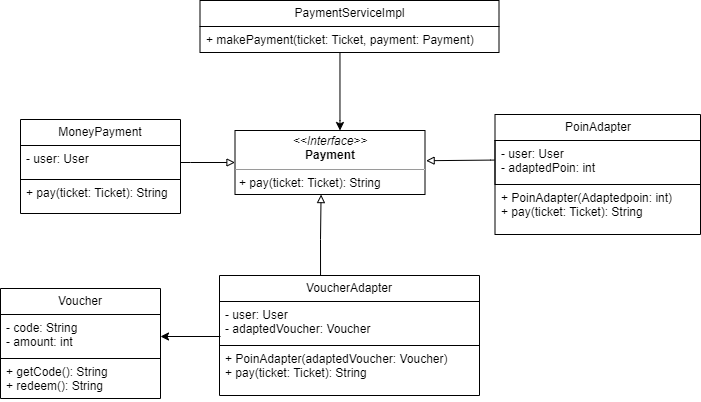
This is Payment.png.png from raniaarn/Payment-MRT-K, a draw.io export, as it was before one commit. Source tidied: cells renumbered, new cells last; positions are measured from the earlier drawing's top-left corner, leaving out a move shared by most shapes. Source of this version:
```xml
<mxGraphModel>
  <root>
    <mxCell id="0" />
    <mxCell id="1" parent="0" />
    <mxCell id="2" style="edgeStyle=orthogonalEdgeStyle;rounded=0;jettySize=auto;html=1;endArrow=block;endFill=0;" parent="1" edge="1" source="3" target="11">
      <mxGeometry relative="1" as="geometry">
        <Array as="points">
          <mxPoint x="190" y="162" />
          <mxPoint x="190" y="162" />
        </Array>
      </mxGeometry>
    </mxCell>
    <mxCell id="3" value="MoneyPayment" style="swimlane;fontStyle=0;horizontal=1;startSize=26;fillColor=none;whiteSpace=wrap;html=1;" parent="1" vertex="1">
      <mxGeometry x="20" y="119" width="160" height="94" as="geometry" />
    </mxCell>
    <mxCell id="4" value="- user: User" style="text;strokeColor=default;fillColor=none;align=left;verticalAlign=top;spacingLeft=4;spacingRight=4;overflow=hidden;whiteSpace=wrap;html=1;" parent="3" vertex="1">
      <mxGeometry y="26" width="160" height="34" as="geometry" />
    </mxCell>
    <mxCell id="5" value="+ pay(ticket: Ticket): String" style="text;strokeColor=none;fillColor=none;align=left;verticalAlign=top;spacingLeft=4;spacingRight=4;overflow=hidden;points=[[0,0.5],[1,0.5]];portConstraint=eastwest;whiteSpace=wrap;html=1;" parent="3" vertex="1">
      <mxGeometry y="60" width="160" height="34" as="geometry" />
    </mxCell>
    <mxCell id="6" style="edgeStyle=orthogonalEdgeStyle;rounded=0;jettySize=auto;html=1;endArrow=block;endFill=0;entryX=0.453;entryY=1.001;entryDx=0;entryDy=0;entryPerimeter=0;" parent="1" edge="1" target="11">
      <mxGeometry relative="1" as="geometry">
        <mxPoint x="320" y="275" as="sourcePoint" />
        <Array as="points">
          <mxPoint x="320" y="239" />
          <mxPoint x="321" y="239" />
        </Array>
      </mxGeometry>
    </mxCell>
    <mxCell id="7" style="edgeStyle=orthogonalEdgeStyle;rounded=0;orthogonalLoop=1;jettySize=auto;html=1;entryX=1;entryY=0.5;entryDx=0;entryDy=0;" parent="1" edge="1">
      <mxGeometry relative="1" as="geometry">
        <mxPoint x="220" y="336" as="sourcePoint" />
        <mxPoint x="160" y="336" as="targetPoint" />
      </mxGeometry>
    </mxCell>
    <mxCell id="8" style="edgeStyle=orthogonalEdgeStyle;rounded=0;jettySize=auto;html=1;" parent="1" edge="1" source="9">
      <mxGeometry relative="1" as="geometry">
        <mxPoint x="339.5" y="130" as="targetPoint" />
        <Array as="points">
          <mxPoint x="339.5" y="120" />
          <mxPoint x="339.5" y="120" />
        </Array>
      </mxGeometry>
    </mxCell>
    <mxCell id="9" value="PaymentServiceImpl" style="swimlane;fontStyle=0;horizontal=1;startSize=26;fillColor=none;whiteSpace=wrap;html=1;" parent="1" vertex="1">
      <mxGeometry x="199.5" width="299" height="52" as="geometry" />
    </mxCell>
    <mxCell id="10" value="+ makePayment(ticket: Ticket, payment: Payment)" style="text;strokeColor=none;fillColor=none;align=left;verticalAlign=top;spacingLeft=4;spacingRight=4;overflow=hidden;whiteSpace=wrap;html=1;" parent="9" vertex="1">
      <mxGeometry y="26" width="299" height="26" as="geometry" />
    </mxCell>
    <mxCell id="11" value="&lt;p style=&quot;margin:0px;margin-top:4px;text-align:center;&quot;&gt;&lt;i&gt;&amp;lt;&amp;lt;Interface&amp;gt;&amp;gt;&lt;/i&gt;&lt;br&gt;&lt;b&gt;Payment&lt;/b&gt;&lt;/p&gt;&lt;hr size=&quot;1&quot;&gt;&lt;p style=&quot;margin:0px;margin-left:4px;&quot;&gt;&lt;span style=&quot;background-color: initial;&quot;&gt;+ pay(ticket: Ticket): String&amp;nbsp;&lt;/span&gt;&lt;br&gt;&lt;/p&gt;" style="verticalAlign=top;align=left;overflow=fill;fontSize=12;fontFamily=Helvetica;html=1;whiteSpace=wrap;" parent="1" vertex="1">
      <mxGeometry x="234.5" y="130" width="190" height="64" as="geometry" />
    </mxCell>
    <mxCell id="12" value="PoinAdapter" style="swimlane;fontStyle=0;horizontal=1;startSize=26;fillColor=none;whiteSpace=wrap;html=1;" parent="1" vertex="1">
      <mxGeometry x="494.5" y="114" width="205.5" height="120" as="geometry" />
    </mxCell>
    <mxCell id="13" value="- user: User&lt;br&gt;- adaptedPoin: int&amp;nbsp;" style="text;strokeColor=default;fillColor=none;align=left;verticalAlign=top;spacingLeft=4;spacingRight=4;overflow=hidden;points=[[0,0.5],[1,0.5]];portConstraint=eastwest;whiteSpace=wrap;html=1;" parent="12" vertex="1">
      <mxGeometry y="26" width="205.5" height="44" as="geometry" />
    </mxCell>
    <mxCell id="14" value="+ PoinAdapter(Adaptedpoin: int)&lt;br&gt;+ pay(ticket: Ticket): String" style="text;strokeColor=none;fillColor=none;align=left;verticalAlign=top;spacingLeft=4;spacingRight=4;overflow=hidden;points=[[0,0.5],[1,0.5]];portConstraint=eastwest;whiteSpace=wrap;html=1;" parent="12" vertex="1">
      <mxGeometry y="70" width="205.5" height="50" as="geometry" />
    </mxCell>
    <mxCell id="15" style="edgeStyle=orthogonalEdgeStyle;rounded=0;jettySize=auto;html=1;endArrow=block;endFill=0;entryX=1.006;entryY=0.472;entryDx=0;entryDy=0;entryPerimeter=0;exitX=-0.003;exitY=0.445;exitDx=0;exitDy=0;exitPerimeter=0;" parent="1" edge="1" source="13" target="11">
      <mxGeometry relative="1" as="geometry">
        <Array as="points">
          <mxPoint x="490" y="160" />
        </Array>
      </mxGeometry>
    </mxCell>
    <mxCell id="16" value="VoucherAdapter" style="swimlane;fontStyle=0;horizontal=1;startSize=26;fillColor=none;whiteSpace=wrap;html=1;" parent="1" vertex="1">
      <mxGeometry x="219" y="275" width="260" height="120" as="geometry" />
    </mxCell>
    <mxCell id="17" value="- user: User&lt;br&gt;- adaptedVoucher: Voucher&amp;nbsp;" style="text;strokeColor=default;fillColor=none;align=left;verticalAlign=top;spacingLeft=4;spacingRight=4;overflow=hidden;whiteSpace=wrap;html=1;" parent="16" vertex="1">
      <mxGeometry y="26" width="260" height="44" as="geometry" />
    </mxCell>
    <mxCell id="18" value="+ PoinAdapter(adaptedVoucher: Voucher)&lt;br&gt;+ pay(ticket: Ticket): String" style="text;strokeColor=none;fillColor=none;align=left;verticalAlign=top;spacingLeft=4;spacingRight=4;overflow=hidden;whiteSpace=wrap;html=1;" parent="16" vertex="1">
      <mxGeometry y="70" width="260" height="50" as="geometry" />
    </mxCell>
    <mxCell id="19" value="Voucher" style="swimlane;fontStyle=0;horizontal=1;startSize=26;fillColor=none;whiteSpace=wrap;html=1;" parent="1" vertex="1">
      <mxGeometry y="288" width="160" height="110" as="geometry" />
    </mxCell>
    <mxCell id="20" value="- code: String&lt;br&gt;- amount: int" style="text;strokeColor=default;fillColor=none;align=left;verticalAlign=top;spacingLeft=4;spacingRight=4;overflow=hidden;whiteSpace=wrap;html=1;" parent="19" vertex="1">
      <mxGeometry y="26" width="160" height="44" as="geometry" />
    </mxCell>
    <mxCell id="21" value="+ getCode(): String&lt;br&gt;+ redeem(): String" style="text;strokeColor=none;fillColor=none;align=left;verticalAlign=top;spacingLeft=4;spacingRight=4;overflow=hidden;whiteSpace=wrap;html=1;" parent="19" vertex="1">
      <mxGeometry y="70" width="160" height="40" as="geometry" />
    </mxCell>
  </root>
</mxGraphModel>
```
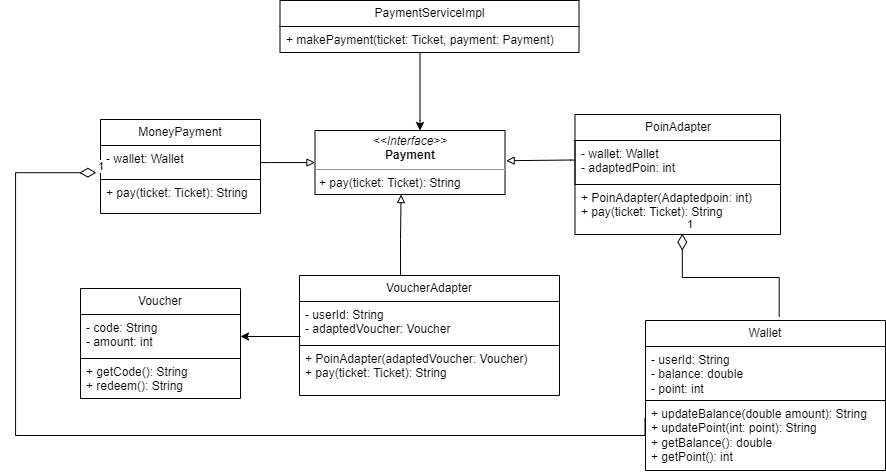
The same file after the commit.

Change to the diagram source:
```diff
@@ -13,7 +13,7 @@
     <mxCell id="3" value="MoneyPayment" style="swimlane;fontStyle=0;horizontal=1;startSize=26;fillColor=none;whiteSpace=wrap;html=1;" parent="1" vertex="1">
       <mxGeometry x="20" y="119" width="160" height="94" as="geometry" />
     </mxCell>
-    <mxCell id="4" value="- user: User" style="text;strokeColor=default;fillColor=none;align=left;verticalAlign=top;spacingLeft=4;spacingRight=4;overflow=hidden;whiteSpace=wrap;html=1;" parent="3" vertex="1">
+    <mxCell id="4" value="- wallet: Wallet" style="text;strokeColor=default;fillColor=none;align=left;verticalAlign=top;spacingLeft=4;spacingRight=4;overflow=hidden;whiteSpace=wrap;html=1;" parent="3" vertex="1">
       <mxGeometry y="26" width="160" height="34" as="geometry" />
     </mxCell>
     <mxCell id="5" value="+ pay(ticket: Ticket): String" style="text;strokeColor=none;fillColor=none;align=left;verticalAlign=top;spacingLeft=4;spacingRight=4;overflow=hidden;points=[[0,0.5],[1,0.5]];portConstraint=eastwest;whiteSpace=wrap;html=1;" parent="3" vertex="1">
@@ -55,7 +55,7 @@
     <mxCell id="12" value="PoinAdapter" style="swimlane;fontStyle=0;horizontal=1;startSize=26;fillColor=none;whiteSpace=wrap;html=1;" parent="1" vertex="1">
       <mxGeometry x="494.5" y="114" width="205.5" height="120" as="geometry" />
     </mxCell>
-    <mxCell id="13" value="- user: User&lt;br&gt;- adaptedPoin: int&amp;nbsp;" style="text;strokeColor=default;fillColor=none;align=left;verticalAlign=top;spacingLeft=4;spacingRight=4;overflow=hidden;points=[[0,0.5],[1,0.5]];portConstraint=eastwest;whiteSpace=wrap;html=1;" parent="12" vertex="1">
+    <mxCell id="13" value="- wallet: Wallet&lt;br&gt;- adaptedPoin: int&amp;nbsp;" style="text;strokeColor=default;fillColor=none;align=left;verticalAlign=top;spacingLeft=4;spacingRight=4;overflow=hidden;points=[[0,0.5],[1,0.5]];portConstraint=eastwest;whiteSpace=wrap;html=1;" parent="12" vertex="1">
       <mxGeometry y="26" width="205.5" height="44" as="geometry" />
     </mxCell>
     <mxCell id="14" value="+ PoinAdapter(Adaptedpoin: int)&lt;br&gt;+ pay(ticket: Ticket): String" style="text;strokeColor=none;fillColor=none;align=left;verticalAlign=top;spacingLeft=4;spacingRight=4;overflow=hidden;points=[[0,0.5],[1,0.5]];portConstraint=eastwest;whiteSpace=wrap;html=1;" parent="12" vertex="1">
@@ -71,7 +71,7 @@
     <mxCell id="16" value="VoucherAdapter" style="swimlane;fontStyle=0;horizontal=1;startSize=26;fillColor=none;whiteSpace=wrap;html=1;" parent="1" vertex="1">
       <mxGeometry x="219" y="275" width="260" height="120" as="geometry" />
     </mxCell>
-    <mxCell id="17" value="- user: User&lt;br&gt;- adaptedVoucher: Voucher&amp;nbsp;" style="text;strokeColor=default;fillColor=none;align=left;verticalAlign=top;spacingLeft=4;spacingRight=4;overflow=hidden;whiteSpace=wrap;html=1;" parent="16" vertex="1">
+    <mxCell id="17" value="- userId: String&lt;br&gt;- adaptedVoucher: Voucher&amp;nbsp;" style="text;strokeColor=default;fillColor=none;align=left;verticalAlign=top;spacingLeft=4;spacingRight=4;overflow=hidden;whiteSpace=wrap;html=1;" parent="16" vertex="1">
       <mxGeometry y="26" width="260" height="44" as="geometry" />
     </mxCell>
     <mxCell id="18" value="+ PoinAdapter(adaptedVoucher: Voucher)&lt;br&gt;+ pay(ticket: Ticket): String" style="text;strokeColor=none;fillColor=none;align=left;verticalAlign=top;spacingLeft=4;spacingRight=4;overflow=hidden;whiteSpace=wrap;html=1;" parent="16" vertex="1">
@@ -86,5 +86,26 @@
     <mxCell id="21" value="+ getCode(): String&lt;br&gt;+ redeem(): String" style="text;strokeColor=none;fillColor=none;align=left;verticalAlign=top;spacingLeft=4;spacingRight=4;overflow=hidden;whiteSpace=wrap;html=1;" parent="19" vertex="1">
       <mxGeometry y="70" width="160" height="40" as="geometry" />
     </mxCell>
+    <mxCell id="22" value="Wallet" style="swimlane;fontStyle=0;horizontal=1;startSize=26;fillColor=none;whiteSpace=wrap;html=1;" parent="1" vertex="1">
+      <mxGeometry x="565" y="320" width="240" height="150" as="geometry" />
+    </mxCell>
+    <mxCell id="23" value="- userId: String&lt;br&gt;- balance: double&lt;br&gt;- point: int" style="text;strokeColor=default;fillColor=none;align=left;verticalAlign=top;spacingLeft=4;spacingRight=4;overflow=hidden;whiteSpace=wrap;html=1;" parent="22" vertex="1">
+      <mxGeometry y="26" width="240" height="54" as="geometry" />
+    </mxCell>
+    <mxCell id="24" value="+ updateBalance(double amount): String&lt;br&gt;+ updatePoint(int: point): String&lt;br&gt;+ getBalance(): double&lt;br&gt;+ getPoint(): int" style="text;strokeColor=none;fillColor=none;align=left;verticalAlign=top;spacingLeft=4;spacingRight=4;overflow=hidden;points=[[0,0.5],[1,0.5]];portConstraint=eastwest;whiteSpace=wrap;html=1;" parent="22" vertex="1">
+      <mxGeometry y="80" width="240" height="70" as="geometry" />
+    </mxCell>
+    <mxCell id="25" value="1" style="endArrow=none;html=1;endSize=12;startArrow=diamondThin;startSize=14;startFill=0;edgeStyle=orthogonalEdgeStyle;align=left;verticalAlign=bottom;rounded=0;exitX=0.522;exitY=0.983;exitDx=0;exitDy=0;exitPerimeter=0;entryX=0.557;entryY=-0.025;entryDx=0;entryDy=0;entryPerimeter=0;endFill=0;" parent="1" edge="1" source="14" target="22">
+      <mxGeometry x="-1" y="3" relative="1" as="geometry" />
+    </mxCell>
+    <mxCell id="26" value="1" style="endArrow=none;html=1;endSize=12;startArrow=diamondThin;startSize=14;startFill=0;edgeStyle=orthogonalEdgeStyle;align=left;verticalAlign=bottom;rounded=0;strokeWidth=1;sourcePerimeterSpacing=5;targetPerimeterSpacing=5;entryX=-0.002;entryY=0.248;entryDx=0;entryDy=0;entryPerimeter=0;exitX=-0.026;exitY=-0.2;exitDx=0;exitDy=0;exitPerimeter=0;endFill=0;" parent="1" edge="1" source="5" target="24">
+      <mxGeometry x="-1" y="3" relative="1" as="geometry">
+        <Array as="points">
+          <mxPoint x="-65" y="172" />
+          <mxPoint x="-65" y="435" />
+          <mxPoint x="565" y="435" />
+        </Array>
+      </mxGeometry>
+    </mxCell>
   </root>
 </mxGraphModel>
```
